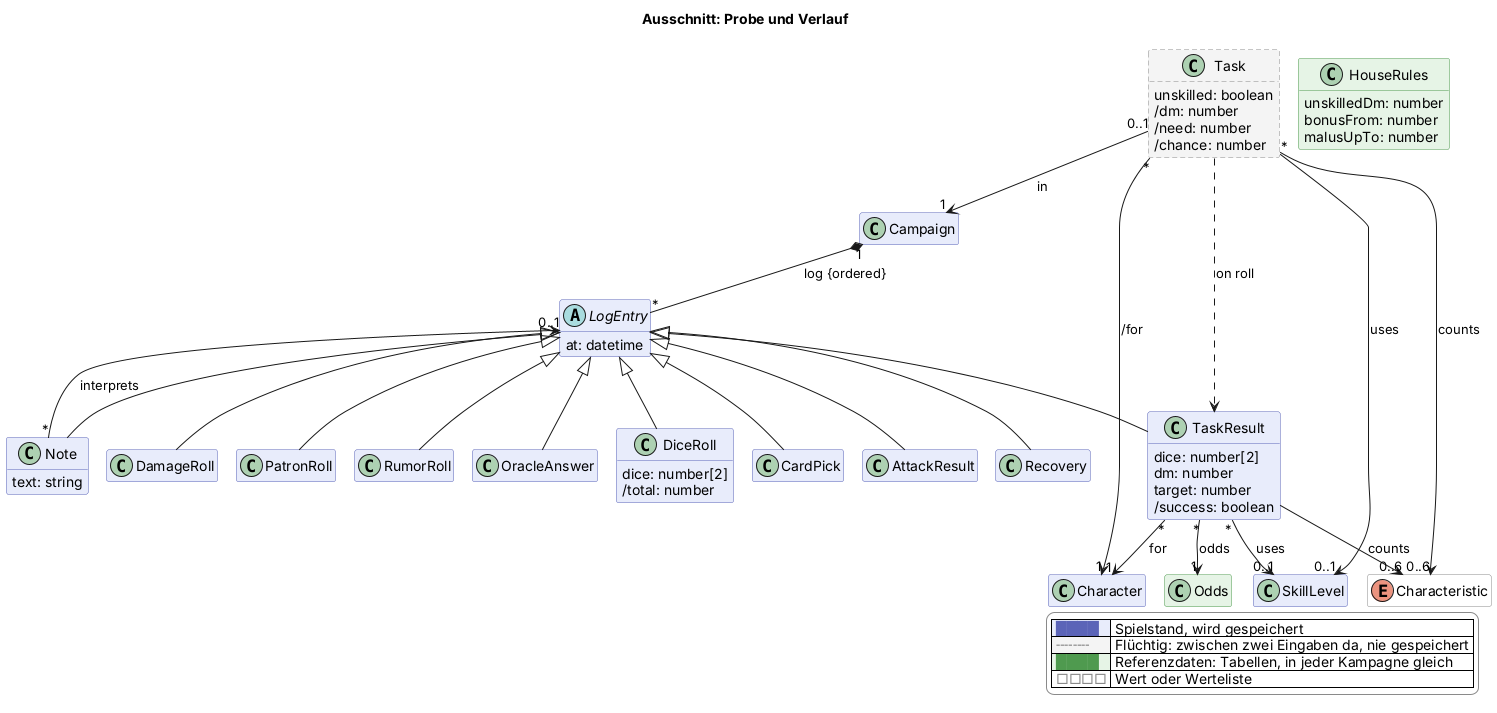
Earlier version of the PlantUML export docs/views/probe.png (scuzzar/SRE).
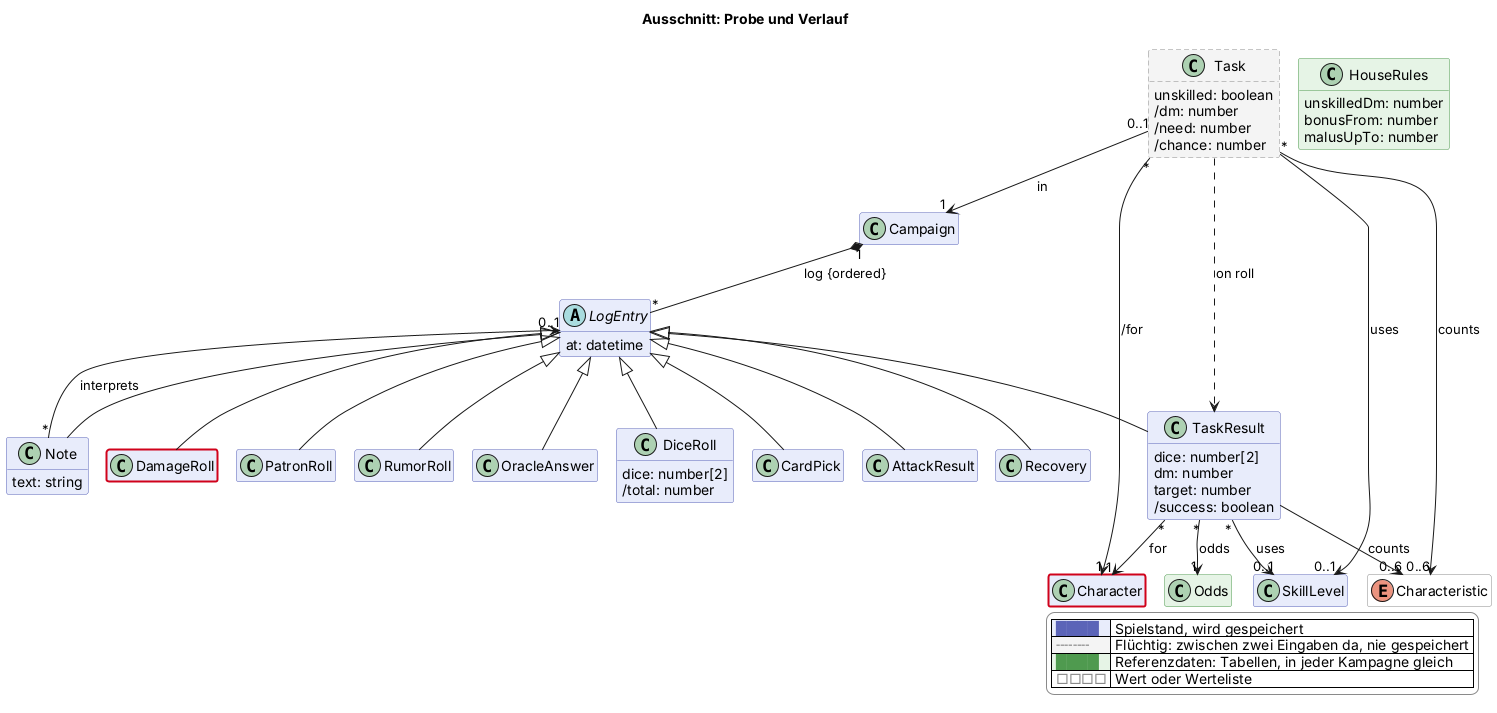
The same diagram one commit later.

What changed in the source:
```diff
@@ -150,4 +150,6 @@
   |<#e6f4e6> <color:#4f9a4f>████</color> | Referenzdaten: Tabellen, in jeder Kampagne gleich |
   |<#ffffff> <color:#8a8a8a>□□□□</color> | Wert oder Werteliste |
 endlegend
+class Character #line:d0021b;line.bold
+class DamageRoll #line:d0021b;line.bold
 @enduml
```
